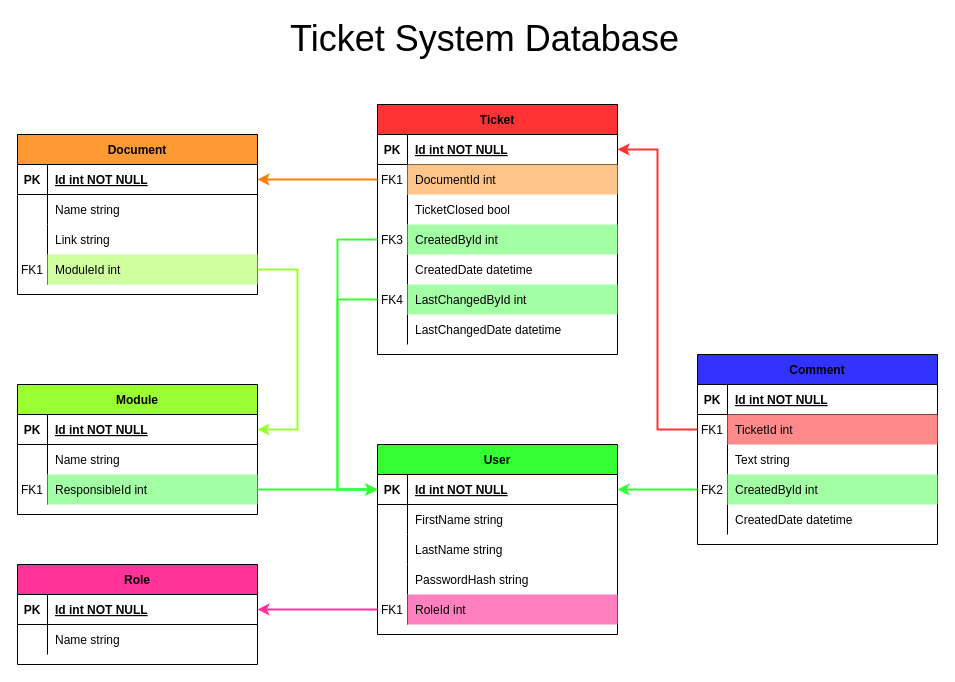
Above: Models/Schema/TicketSystemDb.drawio in Black-Seraphim/ticketsystem_backend (draw.io), before the change. Source tidied: cells renumbered, new cells numbered last; positions are measured from the earlier drawing's top-left corner, leaving out a move shared by most shapes. Both pictures are drawn from the tidied source at 100%, with x=0, y=0 at pixel (17, 23).
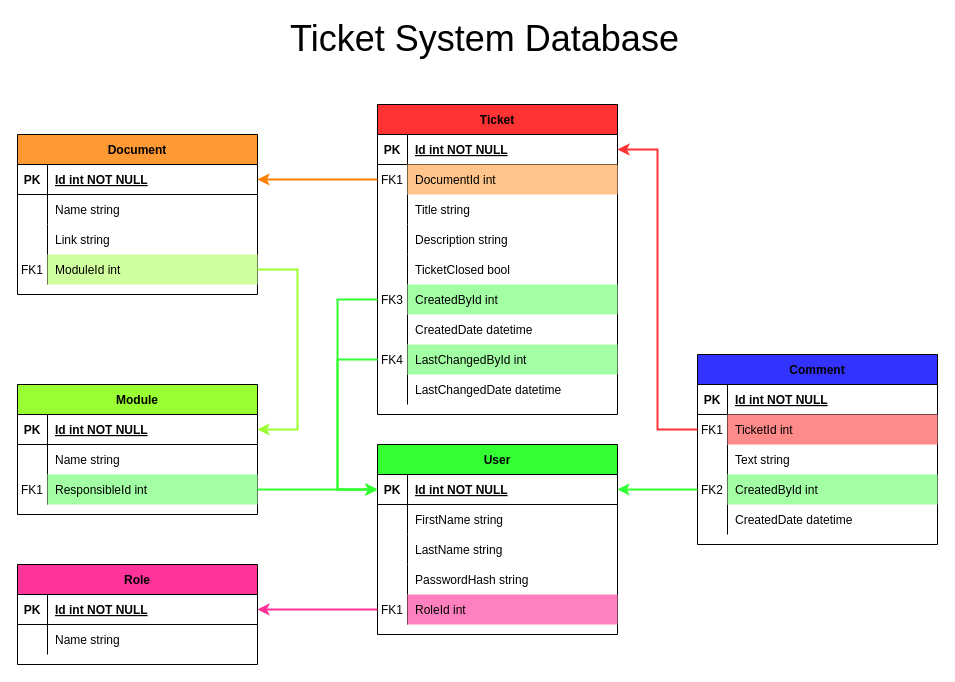
The same diagram, later.

Commit message (it also covers changes not shown here):
New branch for database-changes - added Title and Description to Ticket-Table - added seeding for Comments - adapted seeding for database-changes

Unchanged cells that the change refers to:
```xml
<mxCell id="42" style="shape=partialRectangle;fillColor=none;points=[[0,0.5],[1,0.5]];portConstraint=eastwest;top=0;left=0;right=0;bottom=1;" parent="41" vertex="1">
  <mxGeometry y="30" width="240" height="30" as="geometry" />
</mxCell>
```

The edit, as a diff of the source:
```diff
@@
     <mxCell id="2" value="Ticket" style="shape=table;startSize=30;childLayout=tableLayout;rowLines=0;fontStyle=1;align=center;fillColor=#FF3333;" parent="1" vertex="1">
-      <mxGeometry x="360" y="81" width="240" height="250" as="geometry" />
+      <mxGeometry x="360" y="81" width="240" height="310" as="geometry" />
     </mxCell>
@@
+    <mxCell id="95" style="shape=partialRectangle;fillColor=none;top=0;left=0;right=0;bottom=0;" parent="2" vertex="1">
+      <mxGeometry y="90" width="240" height="30" as="geometry" />
+    </mxCell>
+    <mxCell id="96" style="shape=partialRectangle;overflow=hidden;fillColor=none;top=0;left=0;bottom=0;right=0;" parent="95" vertex="1">
+      <mxGeometry width="30" height="30" as="geometry" />
+    </mxCell>
+    <mxCell id="97" value="Title string" style="shape=partialRectangle;overflow=hidden;top=0;left=0;bottom=0;right=0;align=left;spacingLeft=6;fillColor=none;" parent="95" vertex="1">
+      <mxGeometry x="30" width="210" height="30" as="geometry" />
+    </mxCell>
+    <mxCell id="98" style="shape=partialRectangle;fillColor=none;top=0;left=0;right=0;bottom=0;" parent="2" vertex="1">
+      <mxGeometry y="120" width="240" height="30" as="geometry" />
+    </mxCell>
+    <mxCell id="99" style="shape=partialRectangle;overflow=hidden;fillColor=none;top=0;left=0;bottom=0;right=0;" parent="98" vertex="1">
+      <mxGeometry width="30" height="30" as="geometry" />
+    </mxCell>
+    <mxCell id="100" value="Description string" style="shape=partialRectangle;overflow=hidden;top=0;left=0;bottom=0;right=0;align=left;spacingLeft=6;fillColor=none;" parent="98" vertex="1">
+      <mxGeometry x="30" width="210" height="30" as="geometry" />
+    </mxCell>
     <mxCell id="9" style="shape=partialRectangle;fillColor=none;top=0;left=0;right=0;bottom=0;" parent="2" vertex="1">
-      <mxGeometry y="90" width="240" height="30" as="geometry" />
+      <mxGeometry y="150" width="240" height="30" as="geometry" />
     </mxCell>
@@
     <mxCell id="12" style="shape=partialRectangle;fillColor=none;points=[[0,0.5],[1,0.5]];portConstraint=eastwest;top=0;left=0;right=0;bottom=0;" parent="2" vertex="1">
-      <mxGeometry y="120" width="240" height="30" as="geometry" />
+      <mxGeometry y="180" width="240" height="30" as="geometry" />
     </mxCell>
@@
     <mxCell id="15" style="shape=partialRectangle;fillColor=none;top=0;left=0;right=0;bottom=0;" parent="2" vertex="1">
-      <mxGeometry y="150" width="240" height="30" as="geometry" />
+      <mxGeometry y="210" width="240" height="30" as="geometry" />
     </mxCell>
@@
     <mxCell id="18" style="shape=partialRectangle;fillColor=none;points=[[0,0.5],[1,0.5]];portConstraint=eastwest;top=0;left=0;right=0;bottom=0;" parent="2" vertex="1">
-      <mxGeometry y="180" width="240" height="30" as="geometry" />
+      <mxGeometry y="240" width="240" height="30" as="geometry" />
     </mxCell>
@@
     <mxCell id="21" style="shape=partialRectangle;fillColor=none;top=0;left=0;right=0;bottom=0;" parent="2" vertex="1">
-      <mxGeometry y="210" width="240" height="30" as="geometry" />
+      <mxGeometry y="270" width="240" height="30" as="geometry" />
     </mxCell>
@@
     <mxCell id="91" style="edgeStyle=orthogonalEdgeStyle;rounded=0;jettySize=auto;html=1;exitX=0;exitY=0.5;exitDx=0;exitDy=0;entryX=0;entryY=0.5;entryDx=0;entryDy=0;strokeColor=#33FF33;strokeWidth=2;" parent="1" edge="1" source="18" target="42">
       <mxGeometry relative="1" as="geometry">
         <Array as="points">
-          <mxPoint x="320" y="276" />
+          <mxPoint x="320" y="336" />
           <mxPoint x="320" y="466" />
         </Array>
       </mxGeometry>
     </mxCell>
     <mxCell id="92" style="edgeStyle=orthogonalEdgeStyle;rounded=0;jettySize=auto;html=1;exitX=0;exitY=0.5;exitDx=0;exitDy=0;strokeColor=#33FF33;strokeWidth=2;entryX=0;entryY=0.5;entryDx=0;entryDy=0;" parent="1" edge="1" source="12" target="42">
       <mxGeometry relative="1" as="geometry">
         <Array as="points">
-          <mxPoint x="320" y="216" />
+          <mxPoint x="320" y="276" />
           <mxPoint x="320" y="466" />
         </Array>
       </mxGeometry>
     </mxCell>
```
